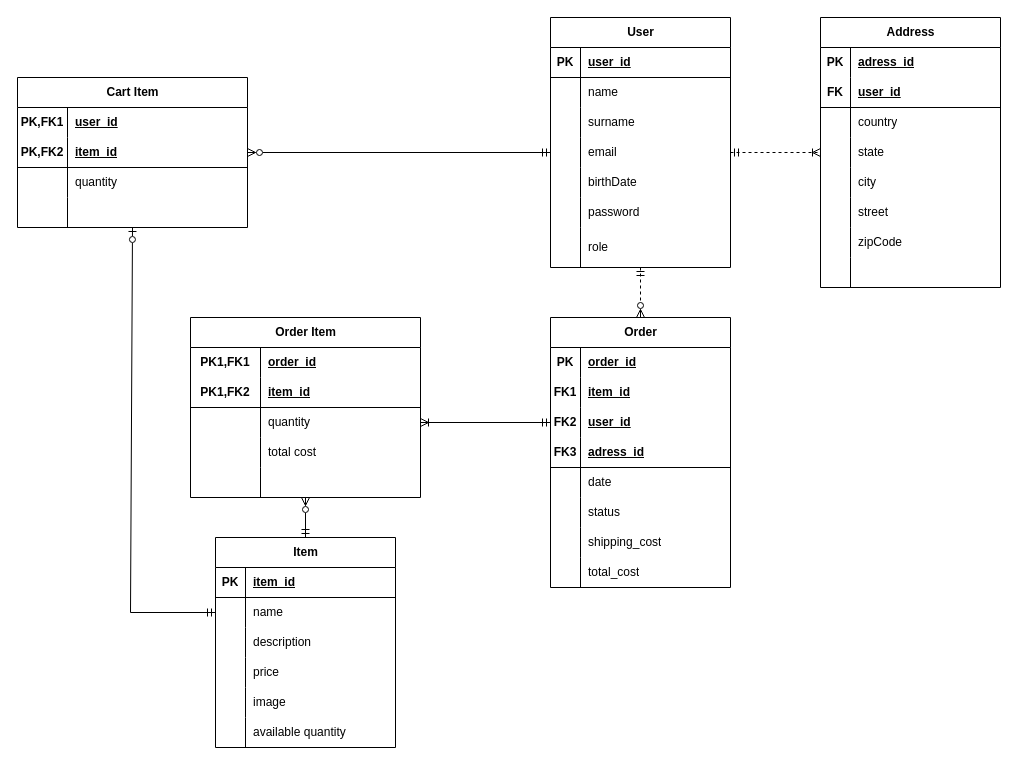
Above: entity_diagram.drawio in Solargi/shop (draw.io), before the change. Source tidied: cells renumbered, new cells numbered last; positions are measured from the earlier drawing's top-left corner, leaving out a move shared by most shapes. Both pictures are drawn from the tidied source at 100%, with x=0, y=0 at pixel (17, 17).
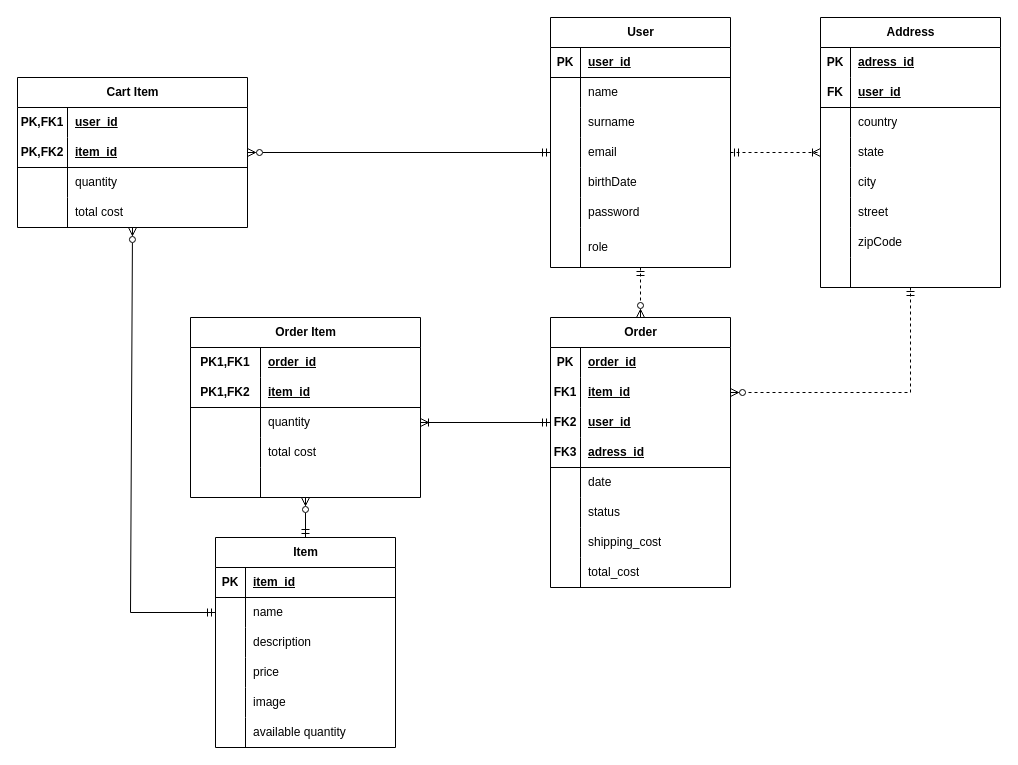
Above is the later version.

Commit message (it also covers changes not shown here):
corrected entity diagram and implemented it with hibernate

The change refers to these unchanged cells:
```xml
<mxCell id="24" value="Address" style="shape=table;startSize=30;childLayout=tableLayout;rowLines=0;fontStyle=1;align=center;html=1;" parent="1" vertex="1">
  <mxGeometry x="803" width="180" height="270" as="geometry" />
</mxCell>
<mxCell id="53" style="shape=tableRow;horizontal=0;startSize=0;swimlaneHead=0;swimlaneBody=0;fillColor=none;points=[[0,0.5],[1,0.5]];portConstraint=eastwest;top=0;left=0;right=0;bottom=0;" parent="49" vertex="1">
  <mxGeometry y="60" width="180" height="30" as="geometry" />
</mxCell>
<mxCell id="72" style="shape=tableRow;horizontal=0;startSize=0;swimlaneHead=0;swimlaneBody=0;fillColor=none;points=[[0,0.5],[1,0.5]];portConstraint=eastwest;top=0;left=0;right=0;bottom=0;" parent="68" vertex="1">
  <mxGeometry y="60" width="180" height="30" as="geometry" />
</mxCell>
<mxCell id="113" value="Cart Item" style="shape=table;startSize=30;childLayout=tableLayout;rowLines=0;fontStyle=1;align=center;html=1;" parent="1" vertex="1">
  <mxGeometry y="60" width="230" height="150" as="geometry" />
</mxCell>
<mxCell id="123" style="shape=tableRow;horizontal=0;startSize=0;swimlaneHead=0;swimlaneBody=0;fillColor=none;top=0;left=0;right=0;bottom=0;" parent="113" vertex="1">
  <mxGeometry y="120" width="230" height="30" as="geometry" />
</mxCell>
```

Diff of the diagram source:
```diff
@@
-    <mxCell id="125" style="shape=partialRectangle;fillColor=none;top=0;left=0;bottom=0;right=0;align=left;spacingLeft=6;overflow=hidden;whiteSpace=wrap;html=1;" parent="123" vertex="1">
+    <mxCell id="125" value="total cost" style="shape=partialRectangle;fillColor=none;top=0;left=0;bottom=0;right=0;align=left;spacingLeft=6;overflow=hidden;whiteSpace=wrap;html=1;" parent="123" vertex="1">
       <mxGeometry x="50" width="180" height="30" as="geometry" />
     </mxCell>
-    <mxCell id="126" style="endArrow=ERmandOne;html=1;rounded=0;exitX=0.5;exitY=1;exitDx=0;exitDy=0;entryX=0;entryY=0.5;entryDx=0;entryDy=0;startArrow=ERzeroToOne;startFill=0;endFill=0;" parent="1" edge="1" source="113" target="53">
+    <mxCell id="126" style="endArrow=ERmandOne;html=1;rounded=0;exitX=0.5;exitY=1;exitDx=0;exitDy=0;entryX=0;entryY=0.5;entryDx=0;entryDy=0;startArrow=ERzeroToMany;startFill=0;endFill=0;" parent="1" edge="1" source="113" target="53">
       <mxGeometry relative="1" as="geometry">
         <Array as="points">
           <mxPoint x="113" y="595" />
         </Array>
       </mxGeometry>
     </mxCell>
@@
+    <mxCell id="128" style="endArrow=ERzeroToMany;html=1;rounded=0;exitX=0.5;exitY=1;exitDx=0;exitDy=0;entryX=1;entryY=0.5;entryDx=0;entryDy=0;startArrow=ERmandOne;startFill=0;endFill=0;dashed=1;" parent="1" edge="1" source="24" target="72">
+      <mxGeometry relative="1" as="geometry">
+        <Array as="points">
+          <mxPoint x="893" y="375" />
+        </Array>
+      </mxGeometry>
+    </mxCell>
```
